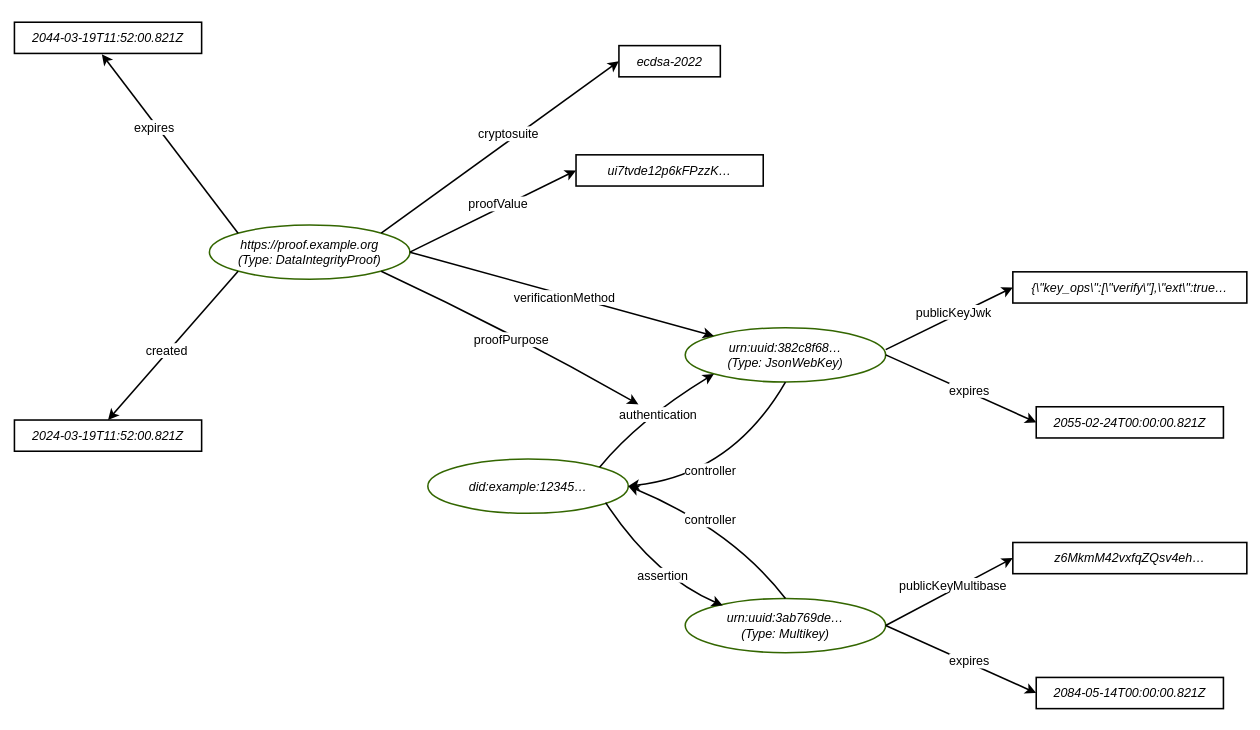
iherman/misc-notes keeps this draw.io diagram as di_examples/complete.drawio. Above is the earlier version. Source tidied: cells renumbered, new cells numbered last; positions are measured from the earlier drawing's top-left corner, leaving out a move shared by most shapes. Both pictures are drawn from the tidied source at 78%, with x=0, y=0 at pixel (14, 22).
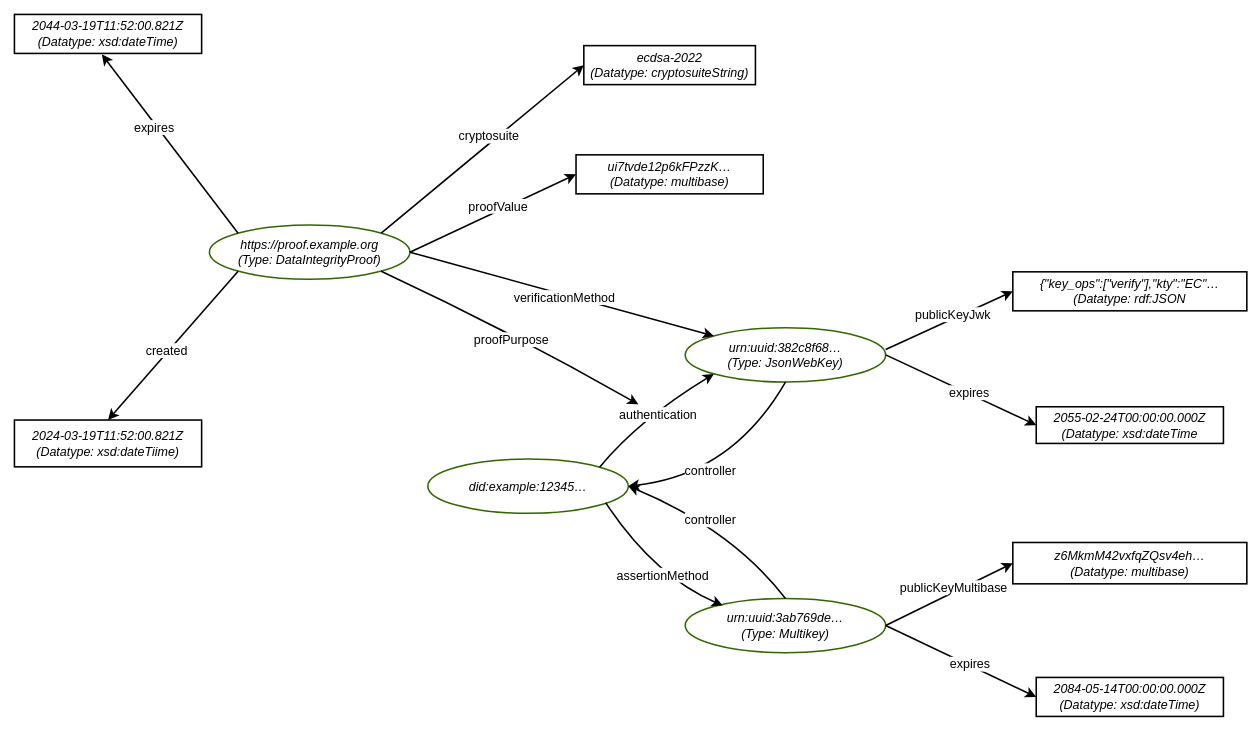
Above is the later version.

Unchanged cells that the change refers to:
```xml
<mxCell id="26" style="endArrow=classic;html=1;rounded=0;fontSize=12;startSize=8;endSize=8;curved=1;exitX=0.887;exitY=0.804;exitDx=0;exitDy=0;strokeWidth=2;fontStyle=2;exitPerimeter=0;entryX=0.187;entryY=0.129;entryDx=0;entryDy=0;entryPerimeter=0;" parent="1" edge="1" source="22" target="25">
  <mxGeometry relative="1" as="geometry">
    <Array as="points">
      <mxPoint x="820" y="710" />
    </Array>
  </mxGeometry>
</mxCell>
```

What changed in the source:
```diff
@@
-    <mxCell id="3" value="&lt;i&gt;&lt;font color=&quot;#000000&quot;&gt;ecdsa-2022&lt;/font&gt;&lt;/i&gt;" style="rounded=0;whiteSpace=wrap;html=1;fontSize=16;fillColor=none;strokeWidth=2;" parent="1" vertex="1">
-      <mxGeometry x="775" y="30" width="130" height="40" as="geometry" />
+    <mxCell id="3" value="&lt;i&gt;&lt;font color=&quot;#000000&quot;&gt;ecdsa-2022&lt;/font&gt;&lt;/i&gt;&lt;div&gt;&lt;i&gt;&lt;font color=&quot;#000000&quot;&gt;(Datatype: cryptosuiteString)&lt;/font&gt;&lt;/i&gt;&lt;/div&gt;" style="rounded=0;whiteSpace=wrap;html=1;fontSize=16;fillColor=none;strokeWidth=2;" parent="1" vertex="1">
+      <mxGeometry x="730" y="30" width="220" height="50" as="geometry" />
     </mxCell>
@@
-    <mxCell id="6" value="&lt;i&gt;&lt;font color=&quot;#000000&quot;&gt;2024-03-19T&lt;/font&gt;11:52:00.821Z&lt;/i&gt;" style="rounded=0;whiteSpace=wrap;html=1;fontSize=16;fillColor=none;strokeWidth=2;" parent="1" vertex="1">
-      <mxGeometry y="510" width="240" height="40" as="geometry" />
+    <mxCell id="6" value="&lt;i&gt;&lt;font color=&quot;#000000&quot;&gt;2024-03-19T&lt;/font&gt;11:52:00.821Z&lt;/i&gt;&lt;div&gt;&lt;i&gt;(Datatype: xsd:dateTiime)&lt;/i&gt;&lt;/div&gt;" style="rounded=0;whiteSpace=wrap;html=1;fontSize=16;fillColor=none;strokeWidth=2;" parent="1" vertex="1">
+      <mxGeometry y="510" width="240" height="60" as="geometry" />
     </mxCell>
-    <mxCell id="7" value="&lt;i&gt;ui7tvde12p6kFPzzK…&lt;/i&gt;" style="rounded=0;whiteSpace=wrap;html=1;fontSize=16;fillColor=none;strokeWidth=2;" parent="1" vertex="1">
-      <mxGeometry x="720" y="170" width="240" height="40" as="geometry" />
+    <mxCell id="7" value="&lt;i&gt;ui7tvde12p6kFPzzK…&lt;/i&gt;&lt;div&gt;&lt;i&gt;(Datatype: multibase)&lt;/i&gt;&lt;/div&gt;" style="rounded=0;whiteSpace=wrap;html=1;fontSize=16;fillColor=none;strokeWidth=2;" parent="1" vertex="1">
+      <mxGeometry x="720" y="170" width="240" height="50" as="geometry" />
     </mxCell>
-    <mxCell id="8" value="&lt;i&gt;&lt;font color=&quot;#000000&quot;&gt;2044-03-19T&lt;/font&gt;11:52:00.821Z&lt;/i&gt;" style="rounded=0;whiteSpace=wrap;html=1;fontSize=16;fillColor=none;strokeWidth=2;" parent="1" vertex="1">
-      <mxGeometry width="240" height="40" as="geometry" />
+    <mxCell id="8" value="&lt;i&gt;&lt;font color=&quot;#000000&quot;&gt;2044-03-19T&lt;/font&gt;11:52:00.821Z&lt;/i&gt;&lt;div&gt;&lt;i&gt;(Datatype: xsd:dateTime)&lt;/i&gt;&lt;/div&gt;" style="rounded=0;whiteSpace=wrap;html=1;fontSize=16;fillColor=none;strokeWidth=2;" parent="1" vertex="1">
+      <mxGeometry y="-10" width="240" height="50" as="geometry" />
     </mxCell>
@@
-    <mxCell id="27" value="assertion" style="edgeLabel;html=1;align=center;verticalAlign=middle;fontSize=16;" parent="26" vertex="1">
+    <mxCell id="27" value="assertionMethod" style="edgeLabel;html=1;align=center;verticalAlign=middle;fontSize=16;" parent="26" vertex="1">
       <mxGeometry x="0.13" y="-2" relative="1" as="geometry">
         <mxPoint x="6" y="-5" as="offset" />
       </mxGeometry>
     </mxCell>
@@
-    <mxCell id="38" value="&lt;i&gt;{\&quot;key_ops\&quot;:[\&quot;verify\&quot;],\&quot;ext\&quot;:true…&lt;/i&gt;" style="rounded=0;whiteSpace=wrap;html=1;fontSize=16;fillColor=none;strokeWidth=2;" parent="1" vertex="1">
-      <mxGeometry x="1280" y="320" width="300" height="40" as="geometry" />
+    <mxCell id="38" value="&lt;i&gt;{&quot;key_ops&quot;:[&quot;verify&quot;],&quot;kty&quot;:&quot;EC&quot;…&lt;/i&gt;&lt;div&gt;&lt;i&gt;(Datatype: rdf:JSON&lt;/i&gt;&lt;/div&gt;" style="rounded=0;whiteSpace=wrap;html=1;fontSize=16;fillColor=none;strokeWidth=2;" parent="1" vertex="1">
+      <mxGeometry x="1280" y="320" width="300" height="50" as="geometry" />
     </mxCell>
-    <mxCell id="39" value="&lt;i&gt;&lt;font color=&quot;#000000&quot;&gt;2055-02-24T&lt;/font&gt;00:00:00.821Z&lt;/i&gt;" style="rounded=0;whiteSpace=wrap;html=1;fontSize=16;fillColor=none;strokeWidth=2;" parent="1" vertex="1">
-      <mxGeometry x="1310" y="493" width="240" height="40" as="geometry" />
+    <mxCell id="39" value="&lt;i&gt;&lt;font color=&quot;#000000&quot;&gt;2055-02-24T&lt;/font&gt;00:00:00.000Z&lt;/i&gt;&lt;div&gt;&lt;i&gt;(Datatype: xsd:dateTime&lt;/i&gt;&lt;/div&gt;" style="rounded=0;whiteSpace=wrap;html=1;fontSize=16;fillColor=none;strokeWidth=2;" parent="1" vertex="1">
+      <mxGeometry x="1310" y="493" width="240" height="47" as="geometry" />
     </mxCell>
-    <mxCell id="40" value="&lt;i&gt;&lt;font color=&quot;#000000&quot;&gt;2084-05-14T&lt;/font&gt;00:00:00.821Z&lt;/i&gt;" style="rounded=0;whiteSpace=wrap;html=1;fontSize=16;fillColor=none;strokeWidth=2;" parent="1" vertex="1">
-      <mxGeometry x="1310" y="840" width="240" height="40" as="geometry" />
+    <mxCell id="40" value="&lt;i&gt;&lt;font color=&quot;#000000&quot;&gt;2084-05-14T&lt;/font&gt;00:00:00.000Z&lt;/i&gt;&lt;div&gt;&lt;i&gt;(Datatype: xsd:dateTime)&lt;/i&gt;&lt;/div&gt;" style="rounded=0;whiteSpace=wrap;html=1;fontSize=16;fillColor=none;strokeWidth=2;" parent="1" vertex="1">
+      <mxGeometry x="1310" y="840" width="240" height="50" as="geometry" />
     </mxCell>
-    <mxCell id="41" value="&lt;i&gt;z6MkmM42vxfqZQsv4eh…&lt;/i&gt;" style="rounded=0;whiteSpace=wrap;html=1;fontSize=16;fillColor=none;strokeWidth=2;" parent="1" vertex="1">
-      <mxGeometry x="1280" y="667" width="300" height="40" as="geometry" />
+    <mxCell id="41" value="&lt;i&gt;z6MkmM42vxfqZQsv4eh…&lt;/i&gt;&lt;div&gt;&lt;i&gt;(Datatype: multibase)&lt;/i&gt;&lt;/div&gt;" style="rounded=0;whiteSpace=wrap;html=1;fontSize=16;fillColor=none;strokeWidth=2;" parent="1" vertex="1">
+      <mxGeometry x="1280" y="667" width="300" height="53" as="geometry" />
     </mxCell>
```
